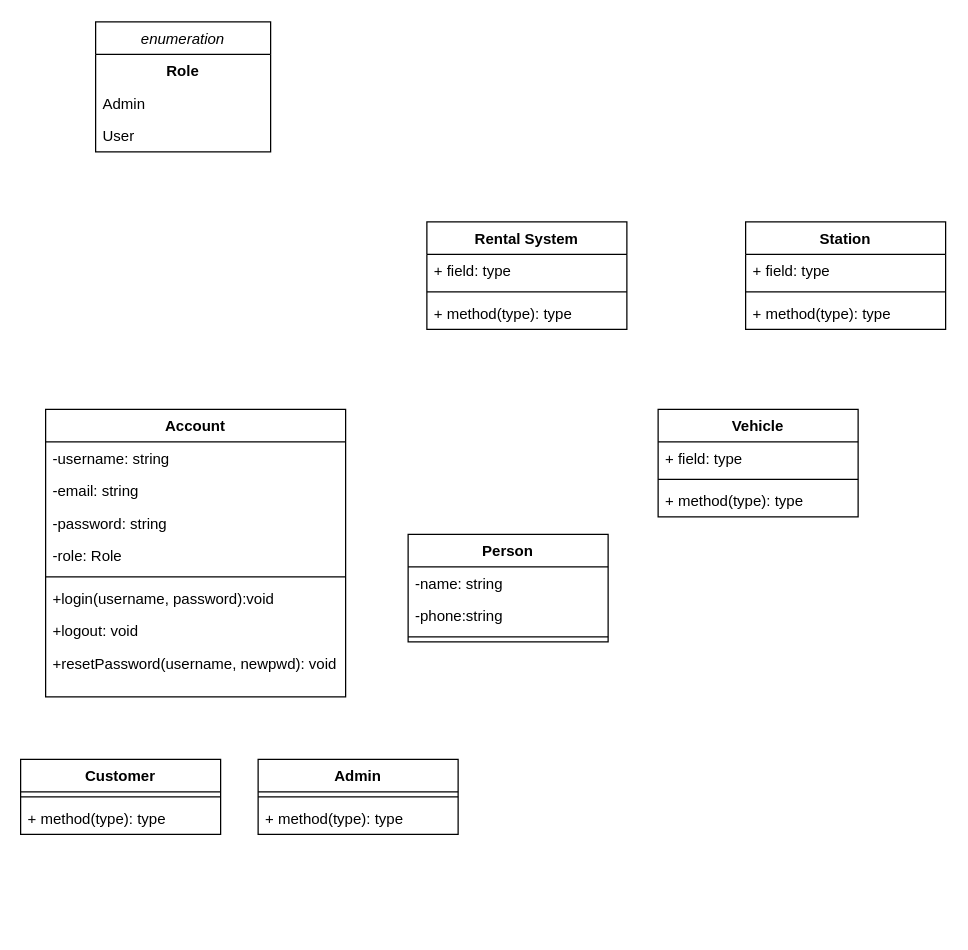
Before: page "Car Rental System" (3 of 3) of Movie Ticket Booking.drawio in Moytri/Uml-Diagram, a draw.io diagram. Source tidied: cells renumbered, new cells numbered last; positions are measured from the earlier drawing's top-left corner, leaving out a move shared by most shapes. Both pictures are drawn from the tidied source at 125%, with x=0, y=0 at pixel (20, 21).
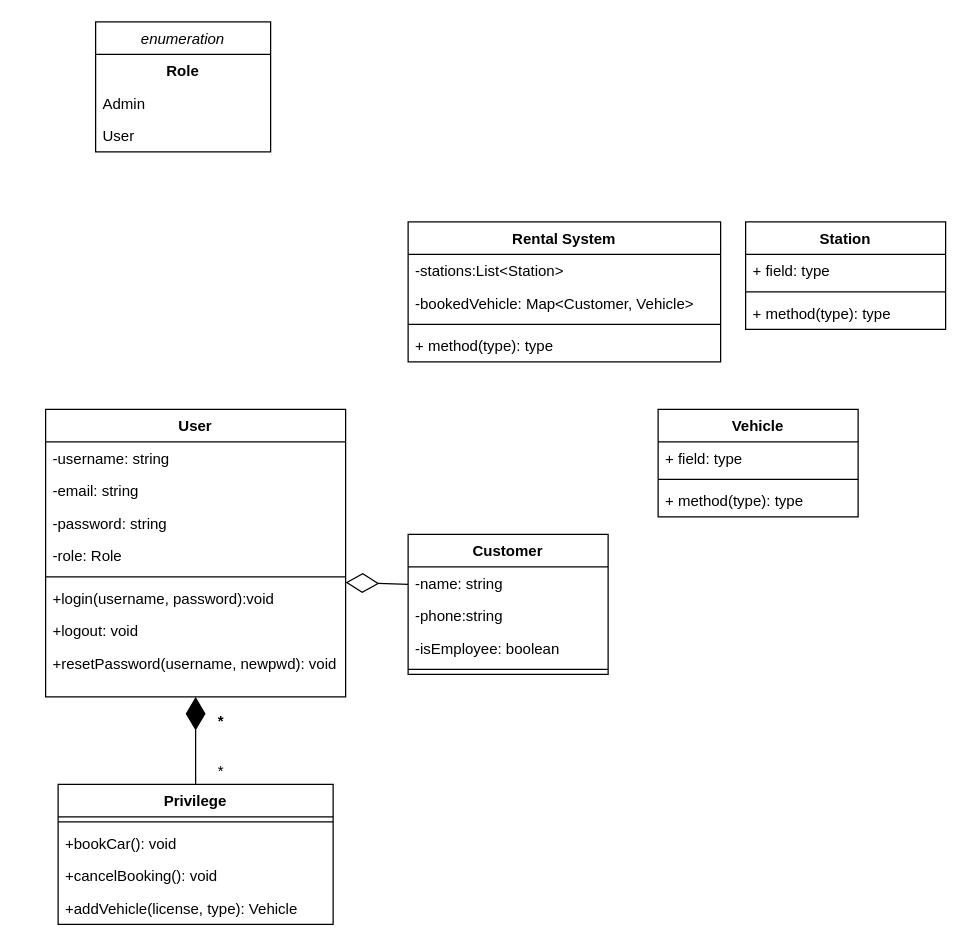
The same page after the edit.

Unchanged cells that the change refers to:
```xml
<mxCell id="14" value="+resetPassword(username, newpwd): void" style="text;strokeColor=none;fillColor=none;align=left;verticalAlign=top;spacingLeft=4;spacingRight=4;overflow=hidden;points=[[0,0.5],[1,0.5]];portConstraint=eastwest;" parent="6" vertex="1">
  <mxGeometry y="190" width="240" height="40" as="geometry" />
</mxCell>
```

The edit, as a diff of the source:
```diff
@@
     <mxCell id="2" value="Rental System" style="swimlane;fontStyle=1;align=center;verticalAlign=top;horizontal=1;startSize=26;" parent="1" vertex="1">
-      <mxGeometry x="325" y="160" width="160" height="86" as="geometry" />
+      <mxGeometry x="310" y="160" width="250" height="112" as="geometry" />
     </mxCell>
-    <mxCell id="3" value="+ field: type" style="text;strokeColor=none;fillColor=none;align=left;verticalAlign=top;spacingLeft=4;spacingRight=4;overflow=hidden;" parent="2" vertex="1">
-      <mxGeometry y="26" width="160" height="26" as="geometry" />
+    <mxCell id="3" value="-stations:List&lt;Station&gt;" style="text;strokeColor=none;fillColor=none;align=left;verticalAlign=top;spacingLeft=4;spacingRight=4;overflow=hidden;" parent="2" vertex="1">
+      <mxGeometry y="26" width="250" height="26" as="geometry" />
     </mxCell>
+    <mxCell id="37" value="-bookedVehicle: Map&lt;Customer, Vehicle&gt;" style="text;strokeColor=none;fillColor=none;align=left;verticalAlign=top;spacingLeft=4;spacingRight=4;overflow=hidden;" parent="2" vertex="1">
+      <mxGeometry y="52" width="250" height="26" as="geometry" />
+    </mxCell>
     <mxCell id="4" style="line;strokeWidth=1;fillColor=none;align=left;verticalAlign=middle;spacingTop=-1;spacingLeft=3;spacingRight=3;labelPosition=right;" parent="2" vertex="1">
-      <mxGeometry y="52" width="160" height="8" as="geometry" />
+      <mxGeometry y="78" width="250" height="8" as="geometry" />
     </mxCell>
     <mxCell id="5" value="+ method(type): type" style="text;strokeColor=none;fillColor=none;align=left;verticalAlign=top;spacingLeft=4;spacingRight=4;overflow=hidden;" parent="2" vertex="1">
-      <mxGeometry y="60" width="160" height="26" as="geometry" />
+      <mxGeometry y="86" width="250" height="26" as="geometry" />
     </mxCell>
-    <mxCell id="6" value="Account" style="swimlane;fontStyle=1;align=center;verticalAlign=top;horizontal=1;startSize=26;" parent="1" vertex="1">
+    <mxCell id="6" value="User" style="swimlane;fontStyle=1;align=center;verticalAlign=top;horizontal=1;startSize=26;" parent="1" vertex="1">
       <mxGeometry x="20" y="310" width="240" height="230" as="geometry" />
     </mxCell>
@@
-    <mxCell id="15" value="Person" style="swimlane;fontStyle=1;align=center;verticalAlign=top;horizontal=1;startSize=26;" parent="1" vertex="1">
-      <mxGeometry x="310" y="410" width="160" height="86" as="geometry" />
+    <mxCell id="15" value="Customer" style="swimlane;fontStyle=1;align=center;verticalAlign=top;horizontal=1;startSize=26;" parent="1" vertex="1">
+      <mxGeometry x="310" y="410" width="160" height="112" as="geometry" />
     </mxCell>
@@
+    <mxCell id="38" value="-isEmployee: boolean" style="text;strokeColor=none;fillColor=none;align=left;verticalAlign=top;spacingLeft=4;spacingRight=4;overflow=hidden;" parent="15" vertex="1">
+      <mxGeometry y="78" width="160" height="26" as="geometry" />
+    </mxCell>
     <mxCell id="18" style="line;strokeWidth=1;fillColor=none;align=left;verticalAlign=middle;spacingTop=-1;spacingLeft=3;spacingRight=3;labelPosition=right;" parent="15" vertex="1">
-      <mxGeometry y="78" width="160" height="8" as="geometry" />
+      <mxGeometry y="104" width="160" height="8" as="geometry" />
     </mxCell>
-    <mxCell id="19" value="Customer" style="swimlane;fontStyle=1;align=center;verticalAlign=top;horizontal=1;startSize=26;" parent="1" vertex="1">
-      <mxGeometry y="590" width="160" height="60" as="geometry" />
+    <mxCell id="19" value="Privilege" style="swimlane;fontStyle=1;align=center;verticalAlign=top;horizontal=1;startSize=26;" parent="1" vertex="1">
+      <mxGeometry x="30" y="610" width="220" height="112" as="geometry" />
     </mxCell>
     <mxCell id="20" style="line;strokeWidth=1;fillColor=none;align=left;verticalAlign=middle;spacingTop=-1;spacingLeft=3;spacingRight=3;labelPosition=right;" parent="19" vertex="1">
-      <mxGeometry y="26" width="160" height="8" as="geometry" />
+      <mxGeometry y="26" width="220" height="8" as="geometry" />
     </mxCell>
-    <mxCell id="21" value="+ method(type): type" style="text;strokeColor=none;fillColor=none;align=left;verticalAlign=top;spacingLeft=4;spacingRight=4;overflow=hidden;" parent="19" vertex="1">
-      <mxGeometry y="34" width="160" height="26" as="geometry" />
+    <mxCell id="21" value="+bookCar(): void&#10;" style="text;strokeColor=none;fillColor=none;align=left;verticalAlign=top;spacingLeft=4;spacingRight=4;overflow=hidden;" parent="19" vertex="1">
+      <mxGeometry y="34" width="220" height="26" as="geometry" />
     </mxCell>
-    <mxCell id="22" value="Admin" style="swimlane;fontStyle=1;align=center;verticalAlign=top;horizontal=1;startSize=26;" parent="1" vertex="1">
-      <mxGeometry x="190" y="590" width="160" height="60" as="geometry" />
-    </mxCell>
-    <mxCell id="23" style="line;strokeWidth=1;fillColor=none;align=left;verticalAlign=middle;spacingTop=-1;spacingLeft=3;spacingRight=3;labelPosition=right;" parent="22" vertex="1">
-      <mxGeometry y="26" width="160" height="8" as="geometry" />
-    </mxCell>
-    <mxCell id="24" value="+ method(type): type" style="text;strokeColor=none;fillColor=none;align=left;verticalAlign=top;spacingLeft=4;spacingRight=4;overflow=hidden;" parent="22" vertex="1">
-      <mxGeometry y="34" width="160" height="26" as="geometry" />
-    </mxCell>
+    <mxCell id="39" value="+cancelBooking(): void" style="text;strokeColor=none;fillColor=none;align=left;verticalAlign=top;spacingLeft=4;spacingRight=4;overflow=hidden;" parent="19" vertex="1">
+      <mxGeometry y="60" width="220" height="26" as="geometry" />
+    </mxCell>
+    <mxCell id="40" value="+addVehicle(license, type): Vehicle" style="text;strokeColor=none;fillColor=none;align=left;verticalAlign=top;spacingLeft=4;spacingRight=4;overflow=hidden;" parent="19" vertex="1">
+      <mxGeometry y="86" width="220" height="26" as="geometry" />
+    </mxCell>
@@
+    <mxCell id="41" style="endArrow=diamondThin;endFill=0;endSize=24;html=1;rounded=0;" parent="1" edge="1">
+      <mxGeometry relative="1" as="geometry">
+        <mxPoint x="310" y="450" as="sourcePoint" />
+        <mxPoint x="260" y="448.5" as="targetPoint" />
+      </mxGeometry>
+    </mxCell>
+    <mxCell id="42" style="endArrow=diamondThin;endFill=1;endSize=24;html=1;rounded=0;exitX=0.5;exitY=0;exitDx=0;exitDy=0;exitPerimeter=0;" parent="1" edge="1" source="19" target="14">
+      <mxGeometry relative="1" as="geometry" />
+    </mxCell>
+    <mxCell id="43" value="&lt;b&gt;*&lt;/b&gt;" style="text;html=1;align=center;verticalAlign=middle;strokeColor=none;fillColor=none;" parent="1" vertex="1">
+      <mxGeometry x="150" y="550" width="20" height="20" as="geometry" />
+    </mxCell>
+    <mxCell id="44" value="*" style="text;html=1;align=center;verticalAlign=middle;strokeColor=none;fillColor=none;" parent="1" vertex="1">
+      <mxGeometry x="150" y="590" width="20" height="20" as="geometry" />
+    </mxCell>
```
